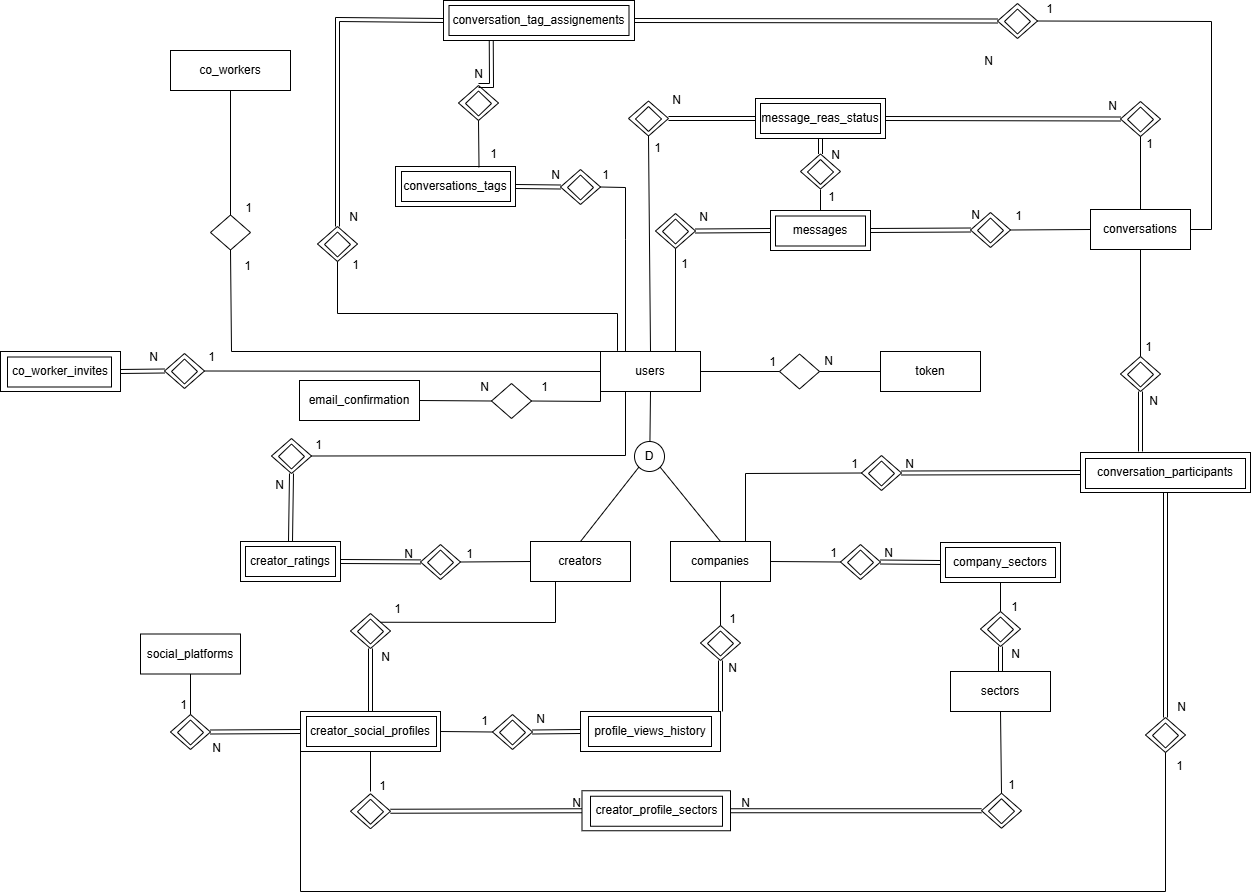
Diogoarnauth/Hubly-Report keeps this draw.io diagram as img/SimpleERModel.png. Above is the earlier version. Source tidied: cells renumbered, new cells last; positions are measured from the earlier drawing's top-left corner, leaving out a move shared by most shapes.
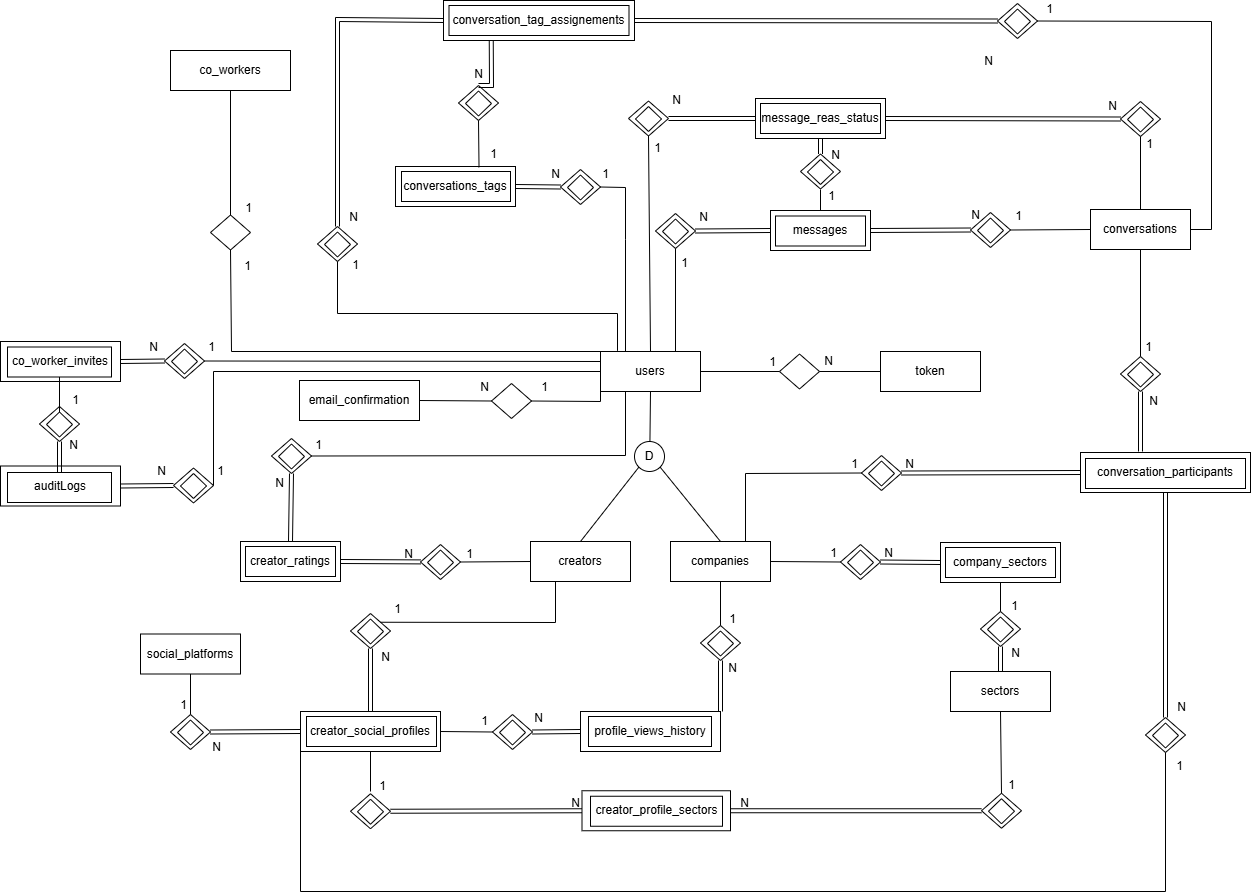
The same file after the commit.

The edit, as a diff of the source:
```diff
@@ -697,32 +697,86 @@
       </mxGeometry>
     </mxCell>
     <mxCell id="182" style="rhombus;whiteSpace=wrap;html=1;rounded=0;strokeColor=default;align=center;verticalAlign=middle;fontFamily=Helvetica;fontSize=12;fontColor=default;fillColor=default;" parent="1" vertex="1">
-      <mxGeometry x="164" y="353" width="40" height="35" as="geometry" />
+      <mxGeometry x="164" y="343" width="40" height="35" as="geometry" />
     </mxCell>
     <mxCell id="183" value="co_worker_invites" style="rounded=0;whiteSpace=wrap;html=1;" parent="1" vertex="1">
-      <mxGeometry y="351" width="120" height="40" as="geometry" />
+      <mxGeometry y="341" width="120" height="40" as="geometry" />
     </mxCell>
     <mxCell id="184" style="rhombus;whiteSpace=wrap;html=1;rounded=0;strokeColor=default;align=center;verticalAlign=middle;fontFamily=Helvetica;fontSize=12;fontColor=default;fillColor=default;" parent="1" vertex="1">
-      <mxGeometry x="171" y="358.5" width="26" height="25" as="geometry" />
+      <mxGeometry x="171" y="348.5" width="26" height="25" as="geometry" />
     </mxCell>
     <mxCell id="185" value="N" style="html=1;whiteSpace=wrap;align=right;verticalAlign=bottom;rounded=0;strokeColor=default;fontFamily=Helvetica;fontSize=12;fontColor=default;fillColor=default;" parent="1" vertex="1">
-      <mxGeometry x="140" y="404" as="geometry">
+      <mxGeometry x="140" y="394" as="geometry">
         <mxPoint x="18" y="-40" as="offset" />
       </mxGeometry>
     </mxCell>
     <mxCell id="186" style="shape=link;html=1;rounded=0;fontFamily=Helvetica;fontSize=12;fontColor=default;entryX=1;entryY=0.5;entryDx=0;entryDy=0;exitX=0;exitY=0.5;exitDx=0;exitDy=0;" parent="1" edge="1" source="182" target="183">
       <mxGeometry relative="1" as="geometry" />
     </mxCell>
-    <mxCell id="187" style="endArrow=none;html=1;rounded=0;fontFamily=Helvetica;fontSize=12;fontColor=default;exitX=1;exitY=0.5;exitDx=0;exitDy=0;entryX=0;entryY=0.5;entryDx=0;entryDy=0;" parent="1" edge="1" source="182" target="2">
+    <mxCell id="187" style="endArrow=none;html=1;rounded=0;fontFamily=Helvetica;fontSize=12;fontColor=default;exitX=1;exitY=0.5;exitDx=0;exitDy=0;entryX=0;entryY=0.25;entryDx=0;entryDy=0;" parent="1" edge="1" source="182" target="2">
       <mxGeometry relative="1" as="geometry" />
     </mxCell>
     <mxCell id="188" style="rounded=0;whiteSpace=wrap;html=1;fillColor=none;" parent="1" vertex="1">
-      <mxGeometry x="7" y="356.5" width="104" height="30" as="geometry" />
+      <mxGeometry x="7" y="346.5" width="104" height="30" as="geometry" />
     </mxCell>
     <mxCell id="189" value="1" style="html=1;whiteSpace=wrap;align=right;verticalAlign=bottom;rounded=0;strokeColor=default;fontFamily=Helvetica;fontSize=12;fontColor=default;fillColor=default;" parent="1" vertex="1">
-      <mxGeometry x="197" y="404" as="geometry">
+      <mxGeometry x="197" y="394" as="geometry">
         <mxPoint x="18" y="-40" as="offset" />
       </mxGeometry>
     </mxCell>
+    <mxCell id="190" style="rhombus;whiteSpace=wrap;html=1;rounded=0;strokeColor=default;align=center;verticalAlign=middle;fontFamily=Helvetica;fontSize=12;fontColor=default;fillColor=default;" parent="1" vertex="1">
+      <mxGeometry x="173" y="467.5" width="40" height="35" as="geometry" />
+    </mxCell>
+    <mxCell id="191" value="auditLogs" style="rounded=0;whiteSpace=wrap;html=1;" parent="1" vertex="1">
+      <mxGeometry y="465.5" width="120" height="40" as="geometry" />
+    </mxCell>
+    <mxCell id="192" style="rhombus;whiteSpace=wrap;html=1;rounded=0;strokeColor=default;align=center;verticalAlign=middle;fontFamily=Helvetica;fontSize=12;fontColor=default;fillColor=default;" parent="1" vertex="1">
+      <mxGeometry x="180" y="473" width="26" height="25" as="geometry" />
+    </mxCell>
+    <mxCell id="193" value="N" style="html=1;whiteSpace=wrap;align=right;verticalAlign=bottom;rounded=0;strokeColor=default;fontFamily=Helvetica;fontSize=12;fontColor=default;fillColor=default;" parent="1" vertex="1">
+      <mxGeometry x="148" y="518.5" as="geometry">
+        <mxPoint x="18" y="-40" as="offset" />
+      </mxGeometry>
+    </mxCell>
+    <mxCell id="194" style="shape=link;html=1;rounded=0;fontFamily=Helvetica;fontSize=12;fontColor=default;entryX=1;entryY=0.5;entryDx=0;entryDy=0;exitX=0;exitY=0.5;exitDx=0;exitDy=0;" parent="1" edge="1" source="190" target="191">
+      <mxGeometry relative="1" as="geometry" />
+    </mxCell>
+    <mxCell id="195" style="rounded=0;whiteSpace=wrap;html=1;fillColor=none;" parent="1" vertex="1">
+      <mxGeometry x="7" y="472" width="104" height="30" as="geometry" />
+    </mxCell>
+    <mxCell id="196" value="1" style="html=1;whiteSpace=wrap;align=right;verticalAlign=bottom;rounded=0;strokeColor=default;fontFamily=Helvetica;fontSize=12;fontColor=default;fillColor=default;" parent="1" vertex="1">
+      <mxGeometry x="206" y="518.5" as="geometry">
+        <mxPoint x="18" y="-40" as="offset" />
+      </mxGeometry>
+    </mxCell>
+    <mxCell id="197" style="endArrow=none;html=1;rounded=0;exitX=1;exitY=0.5;exitDx=0;exitDy=0;entryX=0;entryY=0.5;entryDx=0;entryDy=0;" parent="1" edge="1" source="190" target="2">
+      <mxGeometry relative="1" as="geometry">
+        <Array as="points">
+          <mxPoint x="213" y="371" />
+        </Array>
+      </mxGeometry>
+    </mxCell>
+    <mxCell id="198" style="rhombus;whiteSpace=wrap;html=1;rounded=0;strokeColor=default;align=center;verticalAlign=middle;fontFamily=Helvetica;fontSize=12;fontColor=default;fillColor=default;" parent="1" vertex="1">
+      <mxGeometry x="39" y="406" width="40" height="35" as="geometry" />
+    </mxCell>
+    <mxCell id="199" style="rhombus;whiteSpace=wrap;html=1;rounded=0;strokeColor=default;align=center;verticalAlign=middle;fontFamily=Helvetica;fontSize=12;fontColor=default;fillColor=default;" parent="1" vertex="1">
+      <mxGeometry x="46" y="411.5" width="26" height="25" as="geometry" />
+    </mxCell>
+    <mxCell id="200" style="shape=link;html=1;rounded=0;fontFamily=Helvetica;fontSize=12;fontColor=default;entryX=0.5;entryY=1;entryDx=0;entryDy=0;exitX=0.5;exitY=0;exitDx=0;exitDy=0;" parent="1" edge="1" source="195" target="198">
+      <mxGeometry relative="1" as="geometry" />
+    </mxCell>
+    <mxCell id="201" style="endArrow=none;html=1;rounded=0;fontFamily=Helvetica;fontSize=12;fontColor=default;exitX=0.5;exitY=1;exitDx=0;exitDy=0;entryX=0.5;entryY=0;entryDx=0;entryDy=0;" parent="1" edge="1" source="188" target="199">
+      <mxGeometry relative="1" as="geometry" />
+    </mxCell>
+    <mxCell id="202" value="N" style="html=1;whiteSpace=wrap;align=right;verticalAlign=bottom;rounded=0;strokeColor=default;fontFamily=Helvetica;fontSize=12;fontColor=default;fillColor=default;" parent="1" vertex="1">
+      <mxGeometry x="60" y="492" as="geometry">
+        <mxPoint x="18" y="-40" as="offset" />
+      </mxGeometry>
+    </mxCell>
+    <mxCell id="203" value="1" style="html=1;whiteSpace=wrap;align=right;verticalAlign=bottom;rounded=0;strokeColor=default;fontFamily=Helvetica;fontSize=12;fontColor=default;fillColor=default;" parent="1" vertex="1">
+      <mxGeometry x="61" y="447" as="geometry">
+        <mxPoint x="18" y="-40" as="offset" />
+      </mxGeometry>
+    </mxCell>
   </root>
 </mxGraphModel>
```
